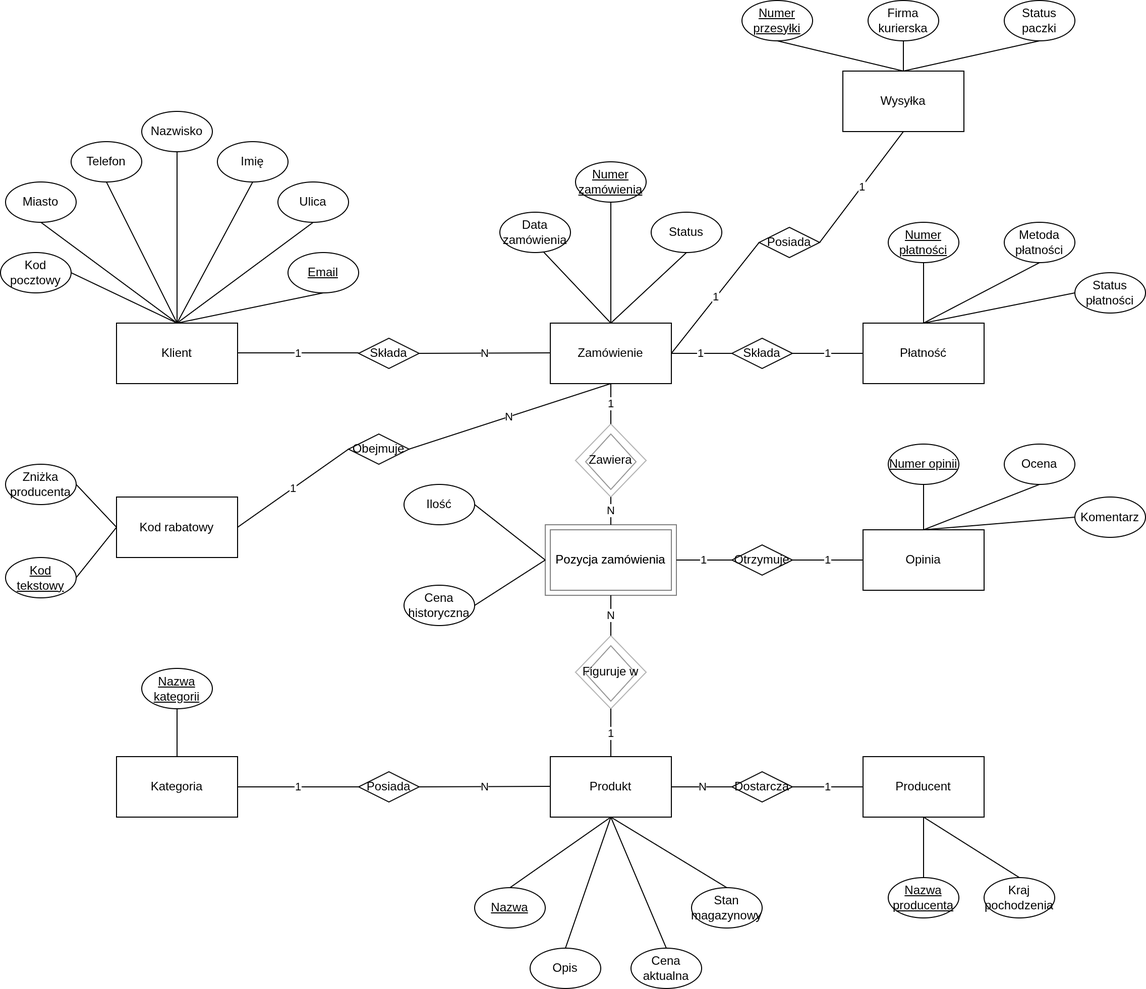
Above: schemat_chena.png in OskarProgrammer/model-konceptualny-logiczny-fizyczny (draw.io), before the change. Source tidied: cells renumbered, new cells last; positions are measured from the earlier drawing's top-left corner, leaving out a move shared by most shapes.
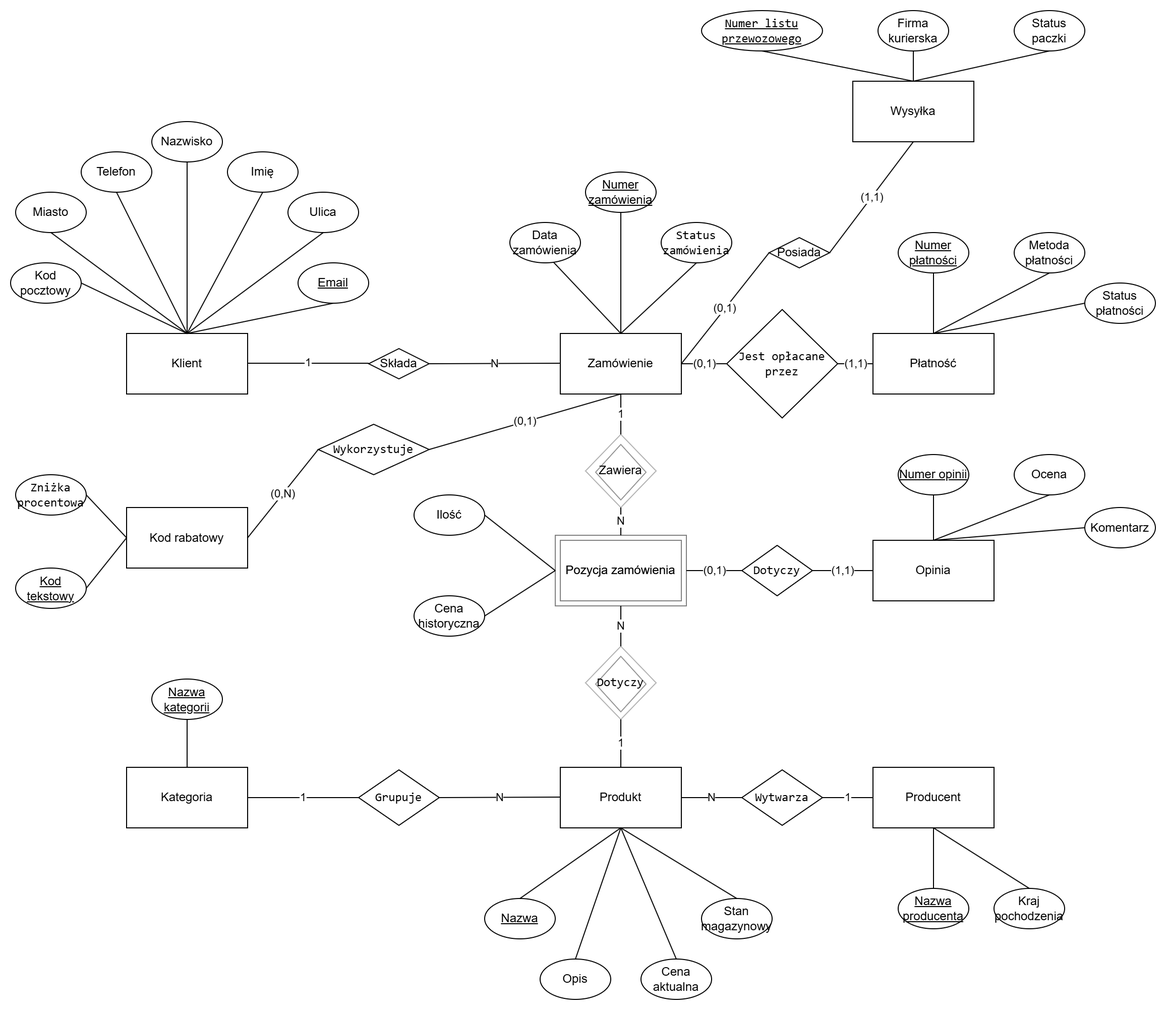
After the change.

Diff of the diagram source:
```diff
@@ -1,4 +1,4 @@
-<mxGraphModel background="#FFFFFF">
+<mxGraphModel>
   <root>
     <mxCell id="0" />
     <mxCell id="1" parent="0" />
@@ -26,8 +26,8 @@
     <mxCell id="9" value="Pozycja zamówienia" style="rounded=0;whiteSpace=wrap;html=1;opacity=50;" parent="1" vertex="1">
       <mxGeometry x="540" y="520" width="130" height="70" as="geometry" />
     </mxCell>
-    <mxCell id="10" value="Posiada" style="rhombus;whiteSpace=wrap;html=1;" parent="1" vertex="1">
-      <mxGeometry x="355" y="765" width="60" height="30" as="geometry" />
+    <mxCell id="10" value="&lt;code&gt;Grupuje&lt;/code&gt;" style="rhombus;whiteSpace=wrap;html=1;" parent="1" vertex="1">
+      <mxGeometry x="345" y="752.5" width="80" height="55" as="geometry" />
     </mxCell>
     <mxCell id="11" value="1" style="endArrow=none;html=1;rounded=0;exitX=1;exitY=0.5;exitDx=0;exitDy=0;entryX=0;entryY=0.5;entryDx=0;entryDy=0;" parent="1" edge="1" source="3" target="10">
       <mxGeometry relative="1" as="geometry" />
@@ -64,7 +64,7 @@
     <mxCell id="19" style="rhombus;whiteSpace=wrap;html=1;opacity=60;" parent="1" vertex="1">
       <mxGeometry x="580" y="640" width="50" height="55" as="geometry" />
     </mxCell>
-    <mxCell id="20" value="Figuruje w" style="rhombus;whiteSpace=wrap;html=1;opacity=30;" parent="1" vertex="1">
+    <mxCell id="20" value="&lt;code&gt;Dotyczy&lt;/code&gt;" style="rhombus;whiteSpace=wrap;html=1;opacity=30;" parent="1" vertex="1">
       <mxGeometry x="570" y="630" width="70" height="72.5" as="geometry" />
     </mxCell>
     <mxCell id="21" value="N" style="endArrow=none;html=1;rounded=0;entryX=0.5;entryY=1;entryDx=0;entryDy=0;exitX=0.5;exitY=0;exitDx=0;exitDy=0;" parent="1" edge="1" source="20" target="9">
@@ -122,7 +122,7 @@
     <mxCell id="37" value="Data zamówienia" style="ellipse;whiteSpace=wrap;html=1;" parent="1" vertex="1">
       <mxGeometry x="495" y="210" width="70" height="40" as="geometry" />
     </mxCell>
-    <mxCell id="38" value="Status" style="ellipse;whiteSpace=wrap;html=1;" parent="1" vertex="1">
+    <mxCell id="38" value="&lt;code&gt;Status zamówienia&lt;/code&gt;" style="ellipse;whiteSpace=wrap;html=1;" parent="1" vertex="1">
       <mxGeometry x="645" y="210" width="70" height="40" as="geometry" />
     </mxCell>
     <mxCell id="39" style="endArrow=none;html=1;rounded=0;exitX=0.623;exitY=0.993;exitDx=0;exitDy=0;exitPerimeter=0;entryX=0.5;entryY=0;entryDx=0;entryDy=0;" parent="1" edge="1" source="37" target="4">
@@ -188,14 +188,14 @@
     <mxCell id="57" value="Płatność" style="rounded=0;whiteSpace=wrap;html=1;" parent="1" vertex="1">
       <mxGeometry x="855" y="320" width="120" height="60" as="geometry" />
     </mxCell>
-    <mxCell id="58" value="1" style="edgeStyle=orthogonalEdgeStyle;rounded=0;jettySize=auto;html=1;exitX=0;exitY=0.5;exitDx=0;exitDy=0;entryX=1;entryY=0.5;entryDx=0;entryDy=0;endArrow=none;endFill=0;" parent="1" edge="1" source="60" target="4">
+    <mxCell id="58" value="(0,1)" style="edgeStyle=orthogonalEdgeStyle;rounded=0;jettySize=auto;html=1;exitX=0;exitY=0.5;exitDx=0;exitDy=0;entryX=1;entryY=0.5;entryDx=0;entryDy=0;endArrow=none;endFill=0;" parent="1" edge="1" source="60" target="4">
       <mxGeometry relative="1" as="geometry" />
     </mxCell>
-    <mxCell id="59" value="1" style="edgeStyle=orthogonalEdgeStyle;rounded=0;jettySize=auto;html=1;exitX=1;exitY=0.5;exitDx=0;exitDy=0;entryX=0;entryY=0.5;entryDx=0;entryDy=0;endArrow=none;endFill=0;" parent="1" edge="1" source="60" target="57">
+    <mxCell id="59" value="(1,1)" style="edgeStyle=orthogonalEdgeStyle;rounded=0;jettySize=auto;html=1;exitX=1;exitY=0.5;exitDx=0;exitDy=0;entryX=0;entryY=0.5;entryDx=0;entryDy=0;endArrow=none;endFill=0;" parent="1" edge="1" source="60" target="57">
       <mxGeometry relative="1" as="geometry" />
     </mxCell>
-    <mxCell id="60" value="Składa" style="rhombus;whiteSpace=wrap;html=1;" parent="1" vertex="1">
-      <mxGeometry x="725" y="335" width="60" height="30" as="geometry" />
+    <mxCell id="60" value="&lt;font face=&quot;monospace&quot;&gt;Jest opłacane przez&lt;/font&gt;" style="rhombus;whiteSpace=wrap;html=1;" parent="1" vertex="1">
+      <mxGeometry x="710" y="296.2" width="110" height="107.5" as="geometry" />
     </mxCell>
     <mxCell id="61" style="edgeStyle=orthogonalEdgeStyle;rounded=0;jettySize=auto;html=1;exitX=0.5;exitY=1;exitDx=0;exitDy=0;entryX=0.5;entryY=0;entryDx=0;entryDy=0;endArrow=none;endFill=0;" parent="1" edge="1" source="62" target="57">
       <mxGeometry relative="1" as="geometry" />
@@ -218,14 +218,14 @@
     <mxCell id="67" value="Opinia" style="rounded=0;whiteSpace=wrap;html=1;" parent="1" vertex="1">
       <mxGeometry x="855" y="525" width="120" height="60" as="geometry" />
     </mxCell>
-    <mxCell id="68" value="1" style="edgeStyle=orthogonalEdgeStyle;rounded=0;jettySize=auto;html=1;exitX=1;exitY=0.5;exitDx=0;exitDy=0;entryX=0;entryY=0.5;entryDx=0;entryDy=0;endArrow=none;endFill=0;" parent="1" edge="1" source="70" target="67">
+    <mxCell id="68" value="(1,1)" style="edgeStyle=orthogonalEdgeStyle;rounded=0;jettySize=auto;html=1;exitX=1;exitY=0.5;exitDx=0;exitDy=0;entryX=0;entryY=0.5;entryDx=0;entryDy=0;endArrow=none;endFill=0;" parent="1" edge="1" source="70" target="67">
       <mxGeometry relative="1" as="geometry" />
     </mxCell>
-    <mxCell id="69" value="1" style="edgeStyle=orthogonalEdgeStyle;rounded=0;jettySize=auto;html=1;exitX=0;exitY=0.5;exitDx=0;exitDy=0;entryX=1;entryY=0.5;entryDx=0;entryDy=0;endArrow=none;endFill=0;" parent="1" edge="1" source="70" target="9">
+    <mxCell id="69" value="(0,1)" style="edgeStyle=orthogonalEdgeStyle;rounded=0;jettySize=auto;html=1;exitX=0;exitY=0.5;exitDx=0;exitDy=0;entryX=1;entryY=0.5;entryDx=0;entryDy=0;endArrow=none;endFill=0;" parent="1" edge="1" source="70" target="9">
       <mxGeometry relative="1" as="geometry" />
     </mxCell>
-    <mxCell id="70" value="Otrzymuje" style="rhombus;whiteSpace=wrap;html=1;" parent="1" vertex="1">
-      <mxGeometry x="725" y="540" width="60" height="30" as="geometry" />
+    <mxCell id="70" value="&lt;code&gt;Dotyczy&lt;/code&gt;" style="rhombus;whiteSpace=wrap;html=1;" parent="1" vertex="1">
+      <mxGeometry x="725" y="530" width="70" height="50" as="geometry" />
     </mxCell>
     <mxCell id="71" style="rounded=0;jettySize=auto;html=1;exitX=0.5;exitY=1;exitDx=0;exitDy=0;entryX=0.5;entryY=0;entryDx=0;entryDy=0;endArrow=none;endFill=0;" parent="1" edge="1" source="72" target="67">
       <mxGeometry relative="1" as="geometry" />
@@ -248,8 +248,8 @@
     <mxCell id="77" value="Producent" style="rounded=0;whiteSpace=wrap;html=1;" parent="1" vertex="1">
       <mxGeometry x="855" y="750" width="120" height="60" as="geometry" />
     </mxCell>
-    <mxCell id="78" value="Dostarcza" style="rhombus;whiteSpace=wrap;html=1;" parent="1" vertex="1">
-      <mxGeometry x="725" y="765" width="60" height="30" as="geometry" />
+    <mxCell id="78" value="&lt;code&gt;Wytwarza&lt;/code&gt;" style="rhombus;whiteSpace=wrap;html=1;" parent="1" vertex="1">
+      <mxGeometry x="725" y="752.5" width="80" height="55" as="geometry" />
     </mxCell>
     <mxCell id="79" value="1" style="edgeStyle=orthogonalEdgeStyle;rounded=0;jettySize=auto;html=1;entryX=0;entryY=0.5;entryDx=0;entryDy=0;endArrow=none;endFill=0;exitX=1;exitY=0.5;exitDx=0;exitDy=0;" parent="1" edge="1" source="78" target="77">
       <mxGeometry relative="1" as="geometry" />
@@ -269,21 +269,21 @@
     <mxCell id="84" value="Kod rabatowy" style="rounded=0;whiteSpace=wrap;html=1;" parent="1" vertex="1">
       <mxGeometry x="115" y="492.5" width="120" height="60" as="geometry" />
     </mxCell>
-    <mxCell id="85" value="Obejmuje" style="rhombus;whiteSpace=wrap;html=1;" parent="1" vertex="1">
-      <mxGeometry x="345" y="430" width="60" height="30" as="geometry" />
+    <mxCell id="85" value="&lt;code&gt;Wykorzystuje&lt;/code&gt;" style="rhombus;whiteSpace=wrap;html=1;" parent="1" vertex="1">
+      <mxGeometry x="305" y="410" width="110" height="50" as="geometry" />
     </mxCell>
-    <mxCell id="86" value="N" style="endArrow=none;html=1;rounded=0;exitX=1;exitY=0.5;exitDx=0;exitDy=0;" parent="1" edge="1" source="85">
+    <mxCell id="86" value="(0,1)" style="endArrow=none;html=1;rounded=0;exitX=1;exitY=0.5;exitDx=0;exitDy=0;" parent="1" edge="1" source="85">
       <mxGeometry relative="1" as="geometry">
         <mxPoint x="605" y="380" as="targetPoint" />
       </mxGeometry>
     </mxCell>
-    <mxCell id="87" value="1" style="endArrow=none;html=1;rounded=0;exitX=1;exitY=0.5;exitDx=0;exitDy=0;entryX=0;entryY=0.5;entryDx=0;entryDy=0;" parent="1" edge="1" source="84" target="85">
+    <mxCell id="87" value="(0,N)" style="endArrow=none;html=1;rounded=0;exitX=1;exitY=0.5;exitDx=0;exitDy=0;entryX=0;entryY=0.5;entryDx=0;entryDy=0;" parent="1" edge="1" source="84" target="85">
       <mxGeometry relative="1" as="geometry" />
     </mxCell>
     <mxCell id="88" value="Kod tekstowy" style="ellipse;whiteSpace=wrap;html=1;fontStyle=4;" parent="1" vertex="1">
       <mxGeometry x="5" y="552.5" width="70" height="40" as="geometry" />
     </mxCell>
-    <mxCell id="89" value="Zniżka producenta" style="ellipse;whiteSpace=wrap;html=1;" parent="1" vertex="1">
+    <mxCell id="89" value="&lt;code&gt;Zniżka procentowa&lt;/code&gt;" style="ellipse;whiteSpace=wrap;html=1;" parent="1" vertex="1">
       <mxGeometry x="5" y="460" width="70" height="40" as="geometry" />
     </mxCell>
     <mxCell id="90" style="endArrow=none;html=1;rounded=0;exitX=1;exitY=0.5;exitDx=0;exitDy=0;entryX=0;entryY=0.5;entryDx=0;entryDy=0;" parent="1" edge="1" source="89" target="84">
@@ -298,14 +298,14 @@
     <mxCell id="93" value="Posiada" style="rhombus;whiteSpace=wrap;html=1;" parent="1" vertex="1">
       <mxGeometry x="752" y="225" width="60" height="30" as="geometry" />
     </mxCell>
-    <mxCell id="94" value="1" style="endArrow=none;html=1;rounded=0;entryX=0;entryY=0.5;entryDx=0;entryDy=0;exitX=1;exitY=0.5;exitDx=0;exitDy=0;" parent="1" edge="1" source="4" target="93">
+    <mxCell id="94" value="(0,1)" style="endArrow=none;html=1;rounded=0;entryX=0;entryY=0.5;entryDx=0;entryDy=0;exitX=1;exitY=0.5;exitDx=0;exitDy=0;" parent="1" edge="1" source="4" target="93">
       <mxGeometry relative="1" as="geometry" />
     </mxCell>
-    <mxCell id="95" value="1" style="endArrow=none;html=1;rounded=0;entryX=0.5;entryY=1;entryDx=0;entryDy=0;exitX=1;exitY=0.5;exitDx=0;exitDy=0;" parent="1" edge="1" source="93" target="92">
+    <mxCell id="95" value="(1,1)" style="endArrow=none;html=1;rounded=0;entryX=0.5;entryY=1;entryDx=0;entryDy=0;exitX=1;exitY=0.5;exitDx=0;exitDy=0;" parent="1" edge="1" source="93" target="92">
       <mxGeometry relative="1" as="geometry" />
     </mxCell>
-    <mxCell id="96" value="Numer przesyłki" style="ellipse;whiteSpace=wrap;html=1;fontStyle=4;" parent="1" vertex="1">
-      <mxGeometry x="735" width="70" height="40" as="geometry" />
+    <mxCell id="96" value="&lt;code&gt;Numer listu przewozowego&lt;/code&gt;" style="ellipse;whiteSpace=wrap;html=1;fontStyle=4;" parent="1" vertex="1">
+      <mxGeometry x="685" width="120" height="40" as="geometry" />
     </mxCell>
     <mxCell id="97" style="endArrow=none;html=1;rounded=0;entryX=0.5;entryY=1;entryDx=0;entryDy=0;exitX=0.5;exitY=0;exitDx=0;exitDy=0;" parent="1" edge="1" source="92" target="96">
       <mxGeometry relative="1" as="geometry" />
```
